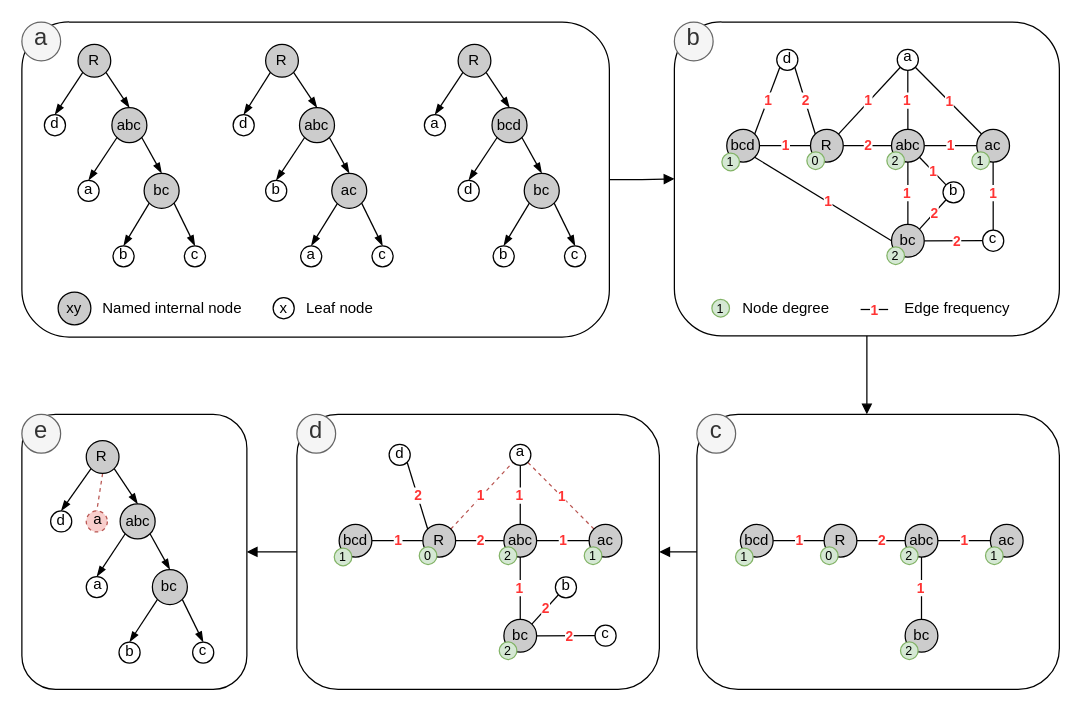
Before: img/Fig_Illustration.drawio in tahiri-lab/PrismTree, a draw.io diagram. Source tidied: cells renumbered, new cells numbered last; positions are measured from the earlier drawing's top-left corner, leaving out a move shared by most shapes. Both pictures are drawn from the tidied source at 125%, with x=0, y=0 at pixel (21, 21).
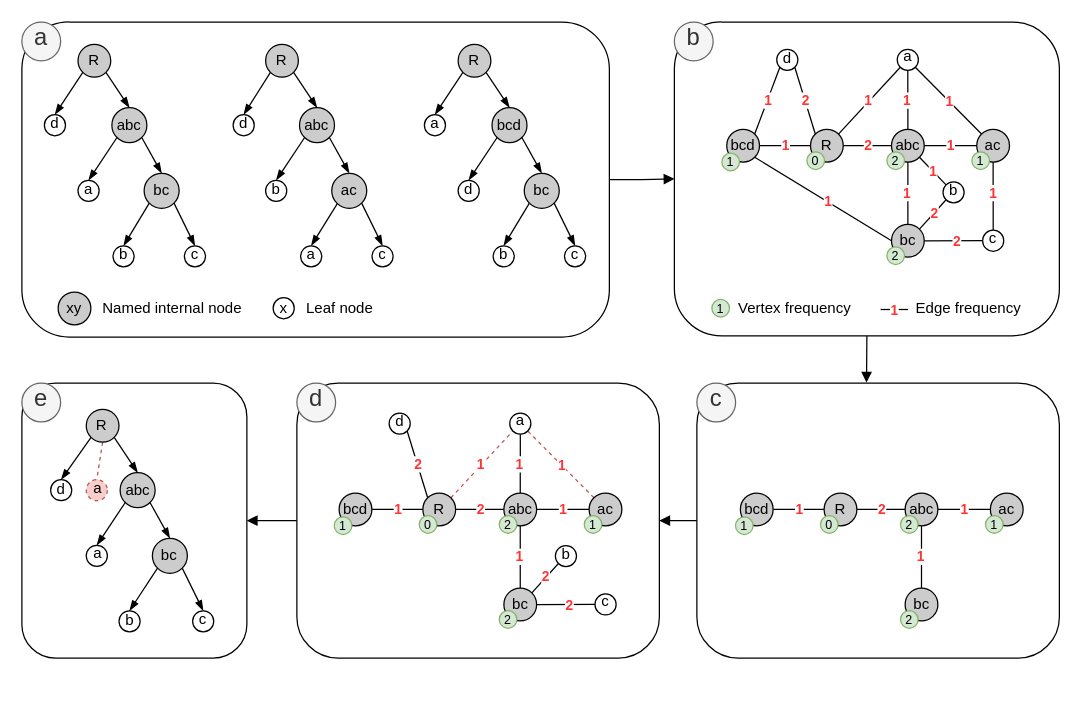
After the change.

Commit message:
Change node degree for vertex frequency

The change refers to these unchanged cells:
```xml
<mxCell id="65" style="rounded=1;whiteSpace=wrap;html=1;" parent="1" vertex="1">
  <mxGeometry x="522" y="0.1" width="308" height="251" as="geometry" />
</mxCell>
```

Change to the diagram source:
```diff
@@
     <mxCell id="2" style="rounded=1;whiteSpace=wrap;html=1;" parent="1" vertex="1">
-      <mxGeometry x="540" y="314" width="290" height="220" as="geometry" />
+      <mxGeometry x="540" y="289" width="290" height="220" as="geometry" />
     </mxCell>
@@
-    <mxCell id="4" style="edgeStyle=orthogonalEdgeStyle;rounded=0;jettySize=auto;html=1;exitX=0.5;exitY=1;exitDx=0;exitDy=0;endArrow=block;endFill=1;" parent="1" edge="1" source="65">
-      <mxGeometry relative="1" as="geometry">
-        <mxPoint x="676" y="314" as="targetPoint" />
-      </mxGeometry>
+    <mxCell id="4" style="edgeStyle=orthogonalEdgeStyle;rounded=0;jettySize=auto;html=1;exitX=0.5;exitY=1;exitDx=0;exitDy=0;endArrow=block;endFill=1;entryX=0.468;entryY=-0.002;entryDx=0;entryDy=0;entryPerimeter=0;" parent="1" edge="1" source="65" target="2">
+      <mxGeometry relative="1" as="geometry" />
     </mxCell>
@@
     <mxCell id="7" style="rounded=1;whiteSpace=wrap;html=1;" parent="1" vertex="1">
-      <mxGeometry x="220" y="314" width="290" height="220" as="geometry" />
+      <mxGeometry x="220" y="289" width="290" height="220" as="geometry" />
     </mxCell>
     <mxCell id="8" style="group;" parent="1" vertex="1">
-      <mxGeometry x="570.9" y="401.9" width="230.1" height="108.2" as="geometry" />
+      <mxGeometry x="570.9" y="376.9" width="230.1" height="108.2" as="geometry" />
     </mxCell>
@@
     <mxCell id="27" value="c" style="ellipse;whiteSpace=wrap;html=1;fontSize=19;verticalAlign=middle;fillColor=#f5f5f5;strokeColor=#666666;fontColor=#333333;spacingBottom=5;" parent="1" vertex="1">
-      <mxGeometry x="540" y="314" width="31" height="31" as="geometry" />
+      <mxGeometry x="540" y="289" width="31" height="31" as="geometry" />
     </mxCell>
     <mxCell id="28" value="d" style="ellipse;whiteSpace=wrap;html=1;fontSize=19;verticalAlign=middle;fillColor=#f5f5f5;strokeColor=#666666;fontColor=#333333;spacingBottom=5;" parent="1" vertex="1">
-      <mxGeometry x="220" y="314" width="31" height="31" as="geometry" />
+      <mxGeometry x="220" y="289" width="31" height="31" as="geometry" />
     </mxCell>
     <mxCell id="29" style="rounded=1;whiteSpace=wrap;html=1;" parent="1" vertex="1">
-      <mxGeometry y="314" width="180" height="220" as="geometry" />
+      <mxGeometry y="289" width="180" height="220" as="geometry" />
     </mxCell>
     <mxCell id="30" value="d" style="ellipse;whiteSpace=wrap;html=1;fontStyle=0;verticalAlign=middle;fontSize=12;spacingBottom=2;" parent="1" vertex="1">
-      <mxGeometry x="23" y="391.2" width="16.9" height="16.9" as="geometry" />
+      <mxGeometry x="23" y="366.2" width="16.9" height="16.9" as="geometry" />
     </mxCell>
@@
     <mxCell id="32" value="b" style="ellipse;whiteSpace=wrap;html=1;fontStyle=0;verticalAlign=middle;fontSize=12;spacingBottom=2;" parent="1" vertex="1">
-      <mxGeometry x="77.7" y="496.1" width="16.9" height="16.9" as="geometry" />
+      <mxGeometry x="77.7" y="471.1" width="16.9" height="16.9" as="geometry" />
     </mxCell>
     <mxCell id="33" value="a" style="ellipse;whiteSpace=wrap;html=1;fontStyle=0;verticalAlign=middle;fontSize=12;spacingBottom=4;spacingLeft=1;" parent="1" vertex="1">
-      <mxGeometry x="51.5" y="443.7" width="16.9" height="16.9" as="geometry" />
+      <mxGeometry x="51.5" y="418.7" width="16.9" height="16.9" as="geometry" />
     </mxCell>
@@
     <mxCell id="36" value="R" style="ellipse;whiteSpace=wrap;html=1;fontStyle=0;fillColor=#cccccc;" parent="1" vertex="1">
-      <mxGeometry x="51.5" y="335" width="26.2" height="26.2" as="geometry" />
+      <mxGeometry x="51.5" y="310" width="26.2" height="26.2" as="geometry" />
     </mxCell>
@@
     <mxCell id="39" value="abc" style="ellipse;whiteSpace=wrap;html=1;fontStyle=0;fillColor=#cccccc;" parent="1" vertex="1">
-      <mxGeometry x="78.6" y="385.6" width="28" height="28" as="geometry" />
+      <mxGeometry x="78.6" y="360.6" width="28" height="28" as="geometry" />
     </mxCell>
@@
     <mxCell id="42" value="bc" style="ellipse;whiteSpace=wrap;html=1;fontStyle=0;fillColor=#cccccc;" parent="1" vertex="1">
-      <mxGeometry x="104.4" y="438.1" width="28" height="28" as="geometry" />
+      <mxGeometry x="104.4" y="413.1" width="28" height="28" as="geometry" />
     </mxCell>
     <mxCell id="43" value="c" style="ellipse;whiteSpace=wrap;html=1;fontStyle=0;verticalAlign=middle;fontSize=12;spacingBottom=3;spacingRight=1;" parent="1" vertex="1">
-      <mxGeometry x="136.6" y="496.1" width="16.9" height="16.9" as="geometry" />
+      <mxGeometry x="136.6" y="471.1" width="16.9" height="16.9" as="geometry" />
     </mxCell>
     <mxCell id="44" value="a" style="ellipse;whiteSpace=wrap;html=1;fontStyle=0;verticalAlign=middle;fillColor=#f8cecc;strokeColor=#b85450;dashed=1;fontSize=12;spacingBottom=3;spacingLeft=1;" parent="1" vertex="1">
-      <mxGeometry x="51.5" y="391.2" width="16.9" height="16.9" as="geometry" />
+      <mxGeometry x="51.5" y="366.2" width="16.9" height="16.9" as="geometry" />
     </mxCell>
     <mxCell id="45" value="e" style="ellipse;whiteSpace=wrap;html=1;fontSize=19;verticalAlign=middle;fillColor=#f5f5f5;strokeColor=#666666;fontColor=#333333;spacingBottom=5;" parent="1" vertex="1">
-      <mxGeometry y="314" width="31" height="31" as="geometry" />
+      <mxGeometry y="289" width="31" height="31" as="geometry" />
     </mxCell>
@@
     <mxCell id="66" style="rounded=0;orthogonalLoop=1;jettySize=auto;html=1;endArrow=none;endFill=0;elbow=vertical;curved=1;" parent="1" edge="1">
       <mxGeometry relative="1" as="geometry">
-        <mxPoint x="693" y="230.1" as="sourcePoint" />
-        <mxPoint x="671" y="230.1" as="targetPoint" />
+        <mxPoint x="709" y="230.1" as="sourcePoint" />
+        <mxPoint x="687" y="230.1" as="targetPoint" />
       </mxGeometry>
     </mxCell>
@@
     <mxCell id="68" value="Edge frequency" style="text;html=1;align=center;verticalAlign=middle;strokeColor=none;fillColor=none;" parent="1" vertex="1">
-      <mxGeometry x="697" y="216.1" width="102" height="26" as="geometry" />
+      <mxGeometry x="706.1" y="216.1" width="102" height="26" as="geometry" />
     </mxCell>
-    <mxCell id="69" value="Node degree" style="text;html=1;align=center;verticalAlign=middle;strokeColor=none;fillColor=none;" parent="1" vertex="1">
-      <mxGeometry x="567.1" y="216.1" width="87" height="26" as="geometry" />
+    <mxCell id="69" value="Vertex frequency" style="text;html=1;align=center;verticalAlign=middle;strokeColor=none;fillColor=none;" parent="1" vertex="1">
+      <mxGeometry x="563.9" y="216.1" width="108" height="26" as="geometry" />
     </mxCell>
@@
     <mxCell id="148" value="R" style="ellipse;whiteSpace=wrap;html=1;fontStyle=0;fillColor=#cccccc;" parent="1" vertex="1">
-      <mxGeometry x="320.8" y="401.9" width="26.2" height="26.2" as="geometry" />
+      <mxGeometry x="320.8" y="376.9" width="26.2" height="26.2" as="geometry" />
     </mxCell>
     <mxCell id="149" value="bcd" style="ellipse;whiteSpace=wrap;html=1;fontStyle=0;fillColor=#cccccc;" parent="1" vertex="1">
-      <mxGeometry x="253.8" y="401.9" width="26.2" height="26.2" as="geometry" />
+      <mxGeometry x="253.8" y="376.9" width="26.2" height="26.2" as="geometry" />
     </mxCell>
@@
     <mxCell id="156" value="abc" style="ellipse;whiteSpace=wrap;html=1;fontStyle=0;fillColor=#cccccc;" parent="1" vertex="1">
-      <mxGeometry x="385.6" y="401.9" width="26.2" height="26.2" as="geometry" />
+      <mxGeometry x="385.6" y="376.9" width="26.2" height="26.2" as="geometry" />
     </mxCell>
@@
     <mxCell id="159" value="ac" style="ellipse;whiteSpace=wrap;html=1;fontStyle=0;fillColor=#cccccc;" parent="1" vertex="1">
-      <mxGeometry x="453.8" y="401.9" width="26.2" height="26.2" as="geometry" />
+      <mxGeometry x="453.8" y="376.9" width="26.2" height="26.2" as="geometry" />
     </mxCell>
@@
     <mxCell id="164" value="bc" style="ellipse;whiteSpace=wrap;html=1;fontStyle=0;fillColor=#cccccc;" parent="1" vertex="1">
-      <mxGeometry x="385.6" y="478" width="26.2" height="26.2" as="geometry" />
+      <mxGeometry x="385.6" y="453" width="26.2" height="26.2" as="geometry" />
     </mxCell>
     <mxCell id="165" value="c" style="ellipse;whiteSpace=wrap;html=1;fontStyle=0;verticalAlign=middle;align=center;fontSize=12;spacingBottom=4;spacingLeft=0;spacingRight=1;" parent="1" vertex="1">
-      <mxGeometry x="458.5" y="482.6" width="16.9" height="16.9" as="geometry" />
+      <mxGeometry x="458.5" y="457.6" width="16.9" height="16.9" as="geometry" />
     </mxCell>
     <mxCell id="166" value="a" style="ellipse;whiteSpace=wrap;html=1;fontStyle=0;verticalAlign=middle;align=center;fontSize=12;spacingBottom=4;spacingLeft=1;" parent="1" vertex="1">
-      <mxGeometry x="390.3" y="337.9" width="16.9" height="16.9" as="geometry" />
+      <mxGeometry x="390.3" y="312.9" width="16.9" height="16.9" as="geometry" />
     </mxCell>
     <mxCell id="167" value="d" style="ellipse;whiteSpace=wrap;html=1;fontStyle=0;verticalAlign=middle;fontSize=12;spacingBottom=3;" parent="1" vertex="1">
-      <mxGeometry x="293.8" y="337.9" width="16.9" height="16.9" as="geometry" />
+      <mxGeometry x="293.8" y="312.9" width="16.9" height="16.9" as="geometry" />
     </mxCell>
     <mxCell id="168" value="b" style="ellipse;whiteSpace=wrap;html=1;fontStyle=0;verticalAlign=middle;fontSize=12;spacingBottom=3;" parent="1" vertex="1">
-      <mxGeometry x="426.8" y="443.9" width="16.9" height="16.9" as="geometry" />
+      <mxGeometry x="426.8" y="418.9" width="16.9" height="16.9" as="geometry" />
     </mxCell>
     <mxCell id="169" value="&lt;font style=&quot;font-size: 10px;&quot;&gt;1&lt;/font&gt;" style="ellipse;whiteSpace=wrap;html=1;fillColor=#d5e8d4;strokeColor=#82b366;fontSize=10;" parent="1" vertex="1">
-      <mxGeometry x="249.9" y="421" width="14.1" height="14.1" as="geometry" />
+      <mxGeometry x="249.9" y="396" width="14.1" height="14.1" as="geometry" />
     </mxCell>
     <mxCell id="170" value="0" style="ellipse;whiteSpace=wrap;html=1;fillColor=#d5e8d4;strokeColor=#82b366;fontSize=10;" parent="1" vertex="1">
-      <mxGeometry x="317.9" y="420" width="14.1" height="14.1" as="geometry" />
+      <mxGeometry x="317.9" y="395" width="14.1" height="14.1" as="geometry" />
     </mxCell>
     <mxCell id="171" value="2" style="ellipse;whiteSpace=wrap;html=1;fillColor=#d5e8d4;strokeColor=#82b366;fontSize=10;" parent="1" vertex="1">
-      <mxGeometry x="381.9" y="420" width="14.1" height="14.1" as="geometry" />
+      <mxGeometry x="381.9" y="395" width="14.1" height="14.1" as="geometry" />
     </mxCell>
     <mxCell id="172" value="1" style="ellipse;whiteSpace=wrap;html=1;fillColor=#d5e8d4;strokeColor=#82b366;fontSize=10;" parent="1" vertex="1">
-      <mxGeometry x="449.9" y="420" width="14.1" height="14.1" as="geometry" />
+      <mxGeometry x="449.9" y="395" width="14.1" height="14.1" as="geometry" />
     </mxCell>
     <mxCell id="173" value="2" style="ellipse;whiteSpace=wrap;html=1;fillColor=#d5e8d4;strokeColor=#82b366;fontSize=10;" parent="1" vertex="1">
-      <mxGeometry x="381.9" y="496" width="14.1" height="14.1" as="geometry" />
+      <mxGeometry x="381.9" y="471" width="14.1" height="14.1" as="geometry" />
     </mxCell>
```
